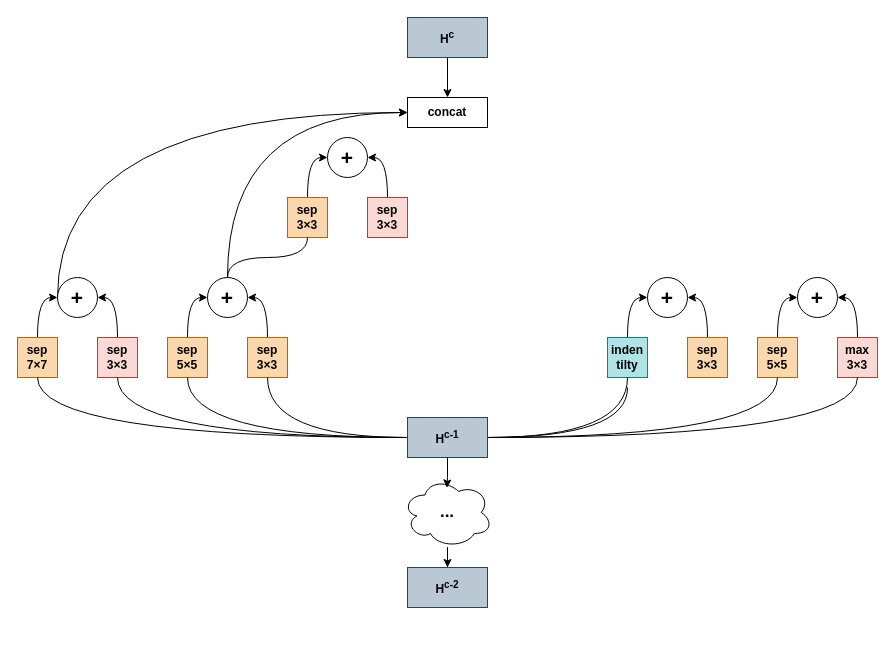
This is page "图2.4 Cell Structure" (2 of 3) of 论文/第2章/第二章.drawio from ssl1995/draw, a draw.io file, before an edit. Source tidied: cells renumbered, new cells numbered last; positions are measured from the earlier drawing's top-left corner, leaving out a move shared by most shapes. Both pictures are drawn from the tidied source at 100%, with x=0, y=0 at pixel (17, 17).
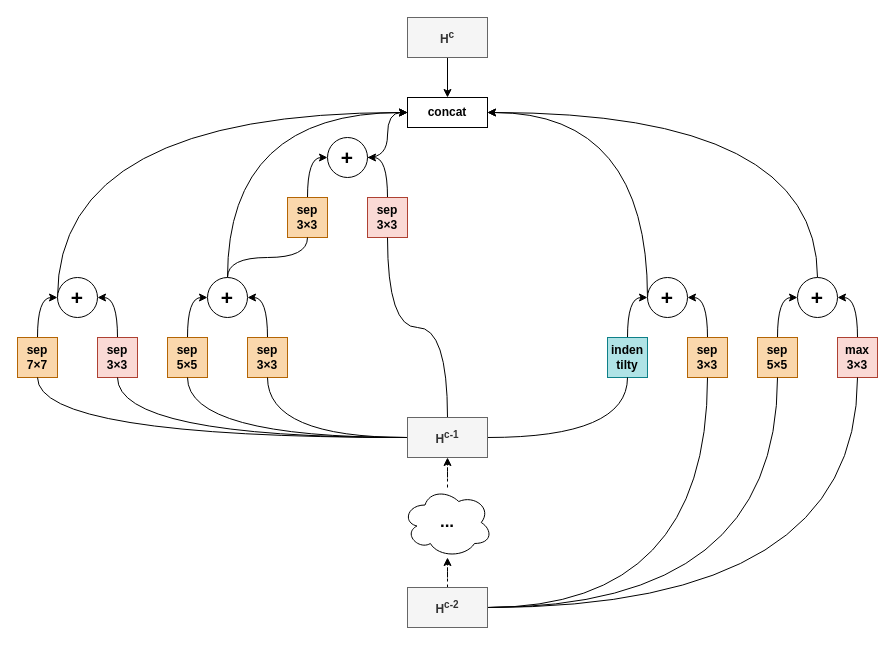
After the change.

Unchanged cells that the change refers to:
```xml
<mxCell id="4" value="concat" style="rounded=0;whiteSpace=wrap;html=1;fontStyle=1;" parent="1" vertex="1">
  <mxGeometry x="390" y="80" width="80" height="30" as="geometry" />
</mxCell>
<mxCell id="5" value="+" style="ellipse;whiteSpace=wrap;html=1;fontSize=21;fontStyle=1;" parent="1" vertex="1">
  <mxGeometry x="310" y="120" width="40" height="40" as="geometry" />
</mxCell>
<mxCell id="9" value="sep&lt;div&gt;3×3&lt;/div&gt;" style="rounded=0;whiteSpace=wrap;html=1;fontStyle=1;fillColor=#fad9d5;strokeColor=#ae4132;" parent="1" vertex="1">
  <mxGeometry x="350" y="180" width="40" height="40" as="geometry" />
</mxCell>
<mxCell id="23" value="+" style="ellipse;whiteSpace=wrap;html=1;fontSize=21;fontStyle=1;" parent="1" vertex="1">
  <mxGeometry x="630" y="260" width="40" height="40" as="geometry" />
</mxCell>
<mxCell id="27" value="sep&lt;div&gt;3×3&lt;/div&gt;" style="rounded=0;whiteSpace=wrap;html=1;fontStyle=1;fillColor=#fad7ac;strokeColor=#b46504;" parent="1" vertex="1">
  <mxGeometry x="670" y="320" width="40" height="40" as="geometry" />
</mxCell>
<mxCell id="28" value="+" style="ellipse;whiteSpace=wrap;html=1;fontSize=21;fontStyle=1;" parent="1" vertex="1">
  <mxGeometry x="780" y="260" width="40" height="40" as="geometry" />
</mxCell>
<mxCell id="30" value="sep&lt;div&gt;5×5&lt;/div&gt;" style="rounded=0;whiteSpace=wrap;html=1;fontStyle=1;fillColor=#fad7ac;strokeColor=#b46504;" parent="1" vertex="1">
  <mxGeometry x="740" y="320" width="40" height="40" as="geometry" />
</mxCell>
<mxCell id="32" value="max&lt;br&gt;&lt;div&gt;3×3&lt;/div&gt;" style="rounded=0;whiteSpace=wrap;html=1;fontStyle=1;fillColor=#fad9d5;strokeColor=#ae4132;" parent="1" vertex="1">
  <mxGeometry x="820" y="320" width="40" height="40" as="geometry" />
</mxCell>
```

What changed in the source:
```diff
@@
-    <mxCell id="3" value="H&lt;sup&gt;c&lt;/sup&gt;" style="rounded=0;whiteSpace=wrap;html=1;fontStyle=1;fillColor=#bac8d3;strokeColor=#23445d;" parent="1" vertex="1">
+    <mxCell id="3" value="H&lt;sup&gt;c&lt;/sup&gt;" style="rounded=0;whiteSpace=wrap;html=1;fontStyle=1;fillColor=#f5f5f5;strokeColor=#666666;fontColor=#333333;" parent="1" vertex="1">
       <mxGeometry x="390" width="80" height="40" as="geometry" />
     </mxCell>
@@
+    <mxCell id="47" style="edgeStyle=orthogonalEdgeStyle;rounded=0;jettySize=auto;html=1;entryX=0;entryY=0.5;entryDx=0;entryDy=0;curved=1;" parent="1" edge="1" source="5" target="4">
+      <mxGeometry relative="1" as="geometry" />
+    </mxCell>
@@
+    <mxCell id="48" style="edgeStyle=orthogonalEdgeStyle;rounded=0;jettySize=auto;html=1;entryX=1;entryY=0.5;entryDx=0;entryDy=0;curved=1;" parent="1" edge="1" source="23" target="4">
+      <mxGeometry relative="1" as="geometry">
+        <Array as="points">
+          <mxPoint x="630" y="95" />
+        </Array>
+      </mxGeometry>
+    </mxCell>
@@
+    <mxCell id="49" style="edgeStyle=orthogonalEdgeStyle;rounded=0;jettySize=auto;html=1;entryX=1;entryY=0.5;entryDx=0;entryDy=0;curved=1;" parent="1" edge="1" source="28" target="4">
+      <mxGeometry relative="1" as="geometry">
+        <Array as="points">
+          <mxPoint x="800" y="95" />
+        </Array>
+      </mxGeometry>
+    </mxCell>
@@
-    <mxCell id="39" style="edgeStyle=orthogonalEdgeStyle;rounded=0;jettySize=auto;html=1;entryX=0.5;entryY=1;entryDx=0;entryDy=0;curved=1;endArrow=none;startFill=0;fontStyle=1;" parent="1" edge="1" source="42" target="30">
-      <mxGeometry relative="1" as="geometry" />
-    </mxCell>
-    <mxCell id="40" style="edgeStyle=orthogonalEdgeStyle;rounded=0;jettySize=auto;html=1;entryX=0.5;entryY=1;entryDx=0;entryDy=0;curved=1;endArrow=none;startFill=0;fontStyle=1;" parent="1" edge="1" source="42" target="32">
-      <mxGeometry relative="1" as="geometry" />
-    </mxCell>
-    <mxCell id="41" style="edgeStyle=orthogonalEdgeStyle;rounded=0;jettySize=auto;html=1;curved=1;endArrow=none;startFill=0;fontStyle=1;" parent="1" edge="1" source="42">
-      <mxGeometry relative="1" as="geometry">
-        <mxPoint x="610" y="370" as="targetPoint" />
-      </mxGeometry>
-    </mxCell>
+    <mxCell id="50" style="edgeStyle=orthogonalEdgeStyle;rounded=0;jettySize=auto;html=1;entryX=0.5;entryY=1;entryDx=0;entryDy=0;curved=1;endArrow=none;startFill=0;" parent="1" edge="1" source="42" target="9">
+      <mxGeometry relative="1" as="geometry" />
+    </mxCell>
-    <mxCell id="42" value="H&lt;sup&gt;c-1&lt;/sup&gt;" style="rounded=0;whiteSpace=wrap;html=1;fontStyle=1;fillColor=#bac8d3;strokeColor=#23445d;" parent="1" vertex="1">
+    <mxCell id="42" value="H&lt;sup&gt;c-1&lt;/sup&gt;" style="rounded=0;whiteSpace=wrap;html=1;fontStyle=1;fillColor=#f5f5f5;strokeColor=#666666;fontColor=#333333;" parent="1" vertex="1">
       <mxGeometry x="390" y="400" width="80" height="40" as="geometry" />
     </mxCell>
-    <mxCell id="43" style="edgeStyle=orthogonalEdgeStyle;rounded=0;jettySize=auto;html=1;fontStyle=1;" parent="1" edge="1" source="44" target="45">
-      <mxGeometry relative="1" as="geometry" />
-    </mxCell>
+    <mxCell id="51" style="edgeStyle=orthogonalEdgeStyle;rounded=0;jettySize=auto;html=1;entryX=0.5;entryY=1;entryDx=0;entryDy=0;dashed=1;" parent="1" edge="1" source="44" target="42">
+      <mxGeometry relative="1" as="geometry" />
+    </mxCell>
     <mxCell id="44" value="&lt;font style=&quot;font-size: 17px;&quot;&gt;&lt;span&gt;...&lt;/span&gt;&lt;/font&gt;" style="ellipse;shape=cloud;whiteSpace=wrap;html=1;fontStyle=1;" parent="1" vertex="1">
-      <mxGeometry x="385" y="460" width="90" height="70" as="geometry" />
+      <mxGeometry x="385" y="470" width="90" height="70" as="geometry" />
     </mxCell>
+    <mxCell id="52" style="edgeStyle=orthogonalEdgeStyle;rounded=0;jettySize=auto;html=1;entryX=0.5;entryY=1;entryDx=0;entryDy=0;curved=1;endArrow=none;startFill=0;" parent="1" edge="1" source="45" target="27">
+      <mxGeometry relative="1" as="geometry" />
+    </mxCell>
+    <mxCell id="53" style="edgeStyle=orthogonalEdgeStyle;rounded=0;jettySize=auto;html=1;entryX=0.5;entryY=1;entryDx=0;entryDy=0;curved=1;endArrow=none;startFill=0;" parent="1" edge="1" source="45" target="30">
+      <mxGeometry relative="1" as="geometry" />
+    </mxCell>
+    <mxCell id="54" style="edgeStyle=orthogonalEdgeStyle;rounded=0;jettySize=auto;html=1;entryX=0.5;entryY=1;entryDx=0;entryDy=0;curved=1;endArrow=none;startFill=0;" parent="1" edge="1" source="45" target="32">
+      <mxGeometry relative="1" as="geometry" />
+    </mxCell>
+    <mxCell id="55" style="edgeStyle=orthogonalEdgeStyle;rounded=0;jettySize=auto;html=1;dashed=1;" parent="1" edge="1" source="45" target="44">
+      <mxGeometry relative="1" as="geometry" />
+    </mxCell>
-    <mxCell id="45" value="H&lt;sup&gt;c-2&lt;/sup&gt;" style="rounded=0;whiteSpace=wrap;html=1;fontStyle=1;fillColor=#bac8d3;strokeColor=#23445d;" parent="1" vertex="1">
-      <mxGeometry x="390" y="550" width="80" height="40" as="geometry" />
+    <mxCell id="45" value="H&lt;sup&gt;c-2&lt;/sup&gt;" style="rounded=0;whiteSpace=wrap;html=1;fontStyle=1;fillColor=#f5f5f5;strokeColor=#666666;fontColor=#333333;" parent="1" vertex="1">
+      <mxGeometry x="390" y="570" width="80" height="40" as="geometry" />
     </mxCell>
-    <mxCell id="46" style="edgeStyle=orthogonalEdgeStyle;rounded=0;jettySize=auto;html=1;entryX=0.493;entryY=0.149;entryDx=0;entryDy=0;entryPerimeter=0;fontStyle=1;" parent="1" edge="1" source="42" target="44">
-      <mxGeometry relative="1" as="geometry" />
-    </mxCell>
```
